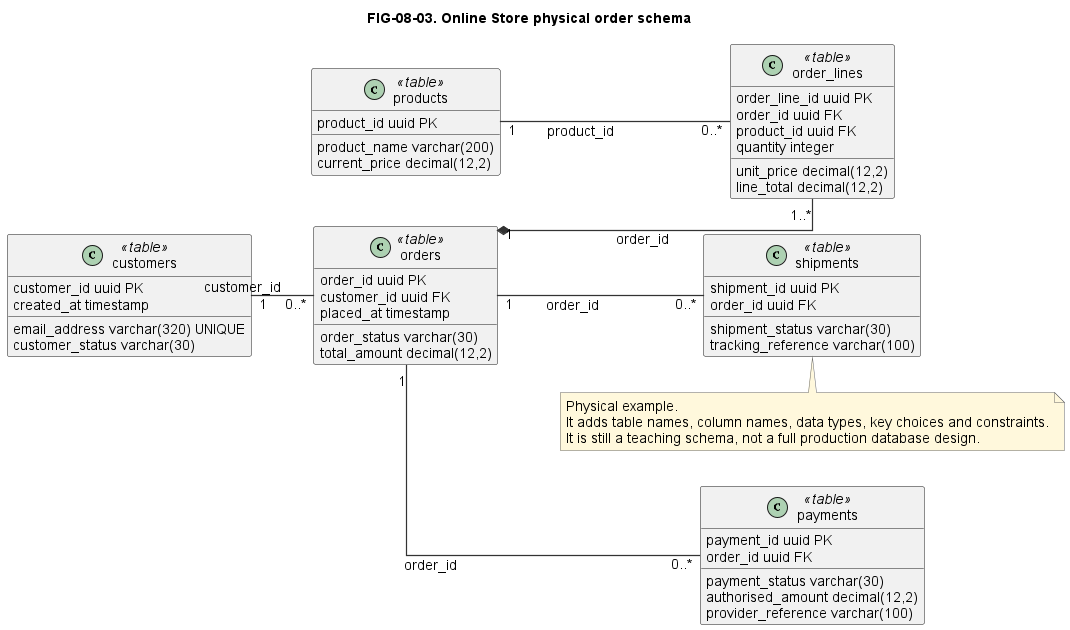
nishikanttiwari01/Architecture_Modelling keeps this PlantUML diagram as diagrams/exported/png/FIG-08-03-online-store-physical-order-schema.png. Above is the earlier version.
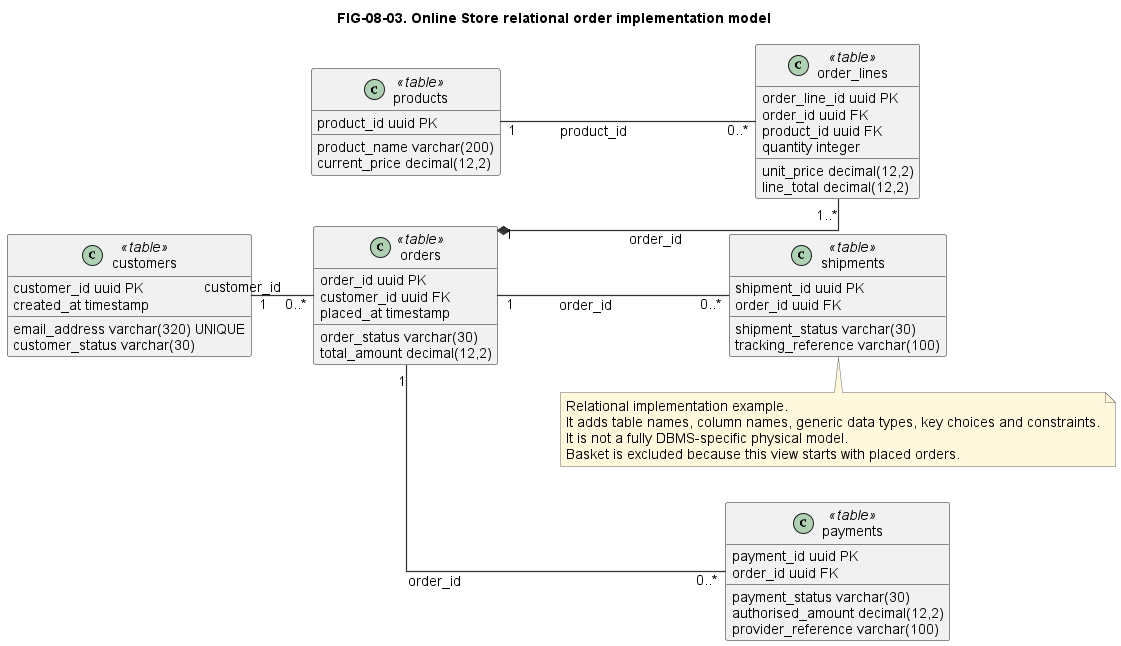
Above is the later version.

What changed in the source:
```diff
@@ -2,7 +2,7 @@
 !include ../../styles/plantuml-theme.puml
 
 left to right direction
-title FIG-08-03. Online Store physical order schema
+title FIG-08-03. Online Store relational order implementation model
 
 skinparam classAttributeIconSize 0
 skinparam linetype ortho
@@ -59,8 +59,9 @@
 orders "1" -- "0..*" shipments : order_id
 
 note bottom
-  Physical example.
-  It adds table names, column names, data types, key choices and constraints.
-  It is still a teaching schema, not a full production database design.
+  Relational implementation example.
+  It adds table names, column names, generic data types, key choices and constraints.
+  It is not a fully DBMS-specific physical model.
+  Basket is excluded because this view starts with placed orders.
 end note
 @enduml
```
